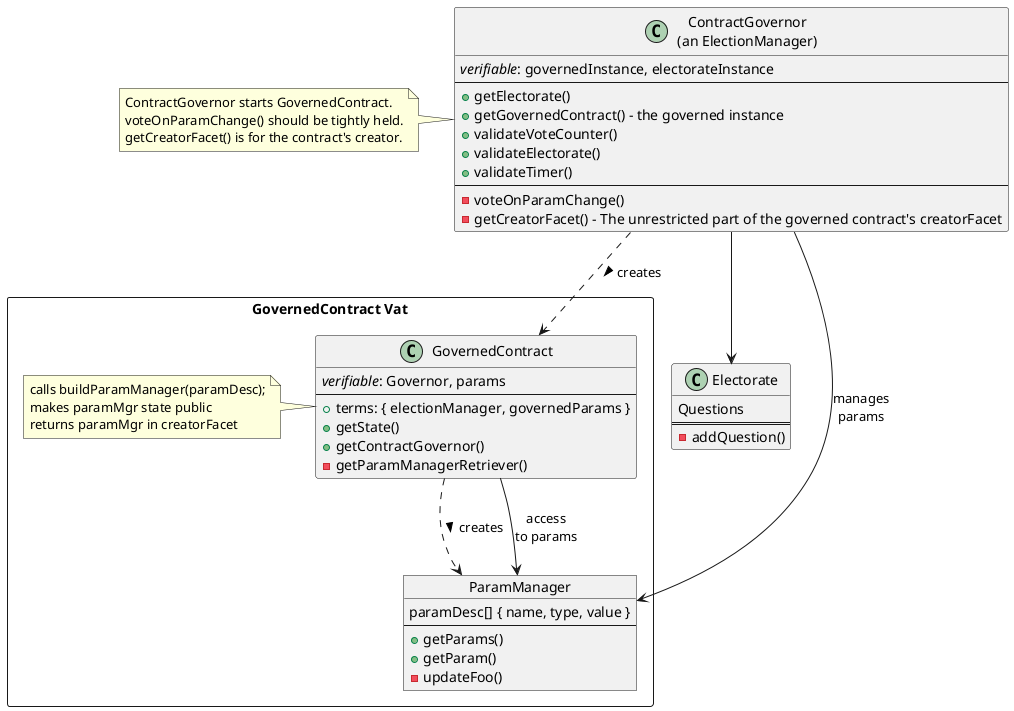
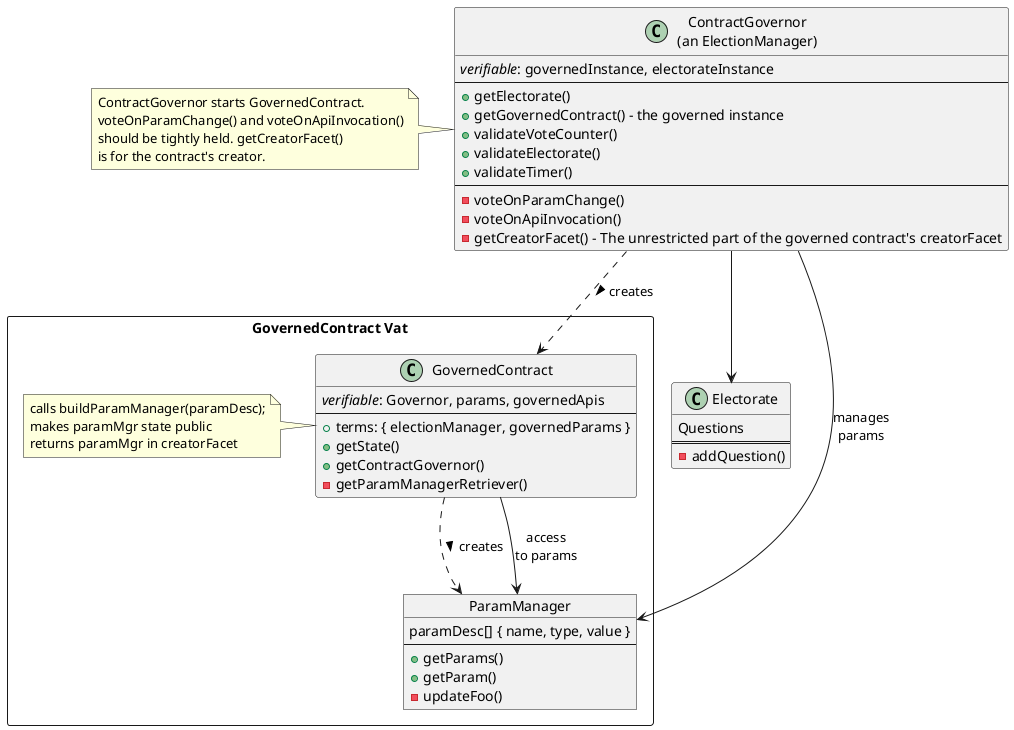
@startuml contractGovernance

package "GovernedContract Vat" <<Rectangle>>  {
    Object ParamManager {
        paramDesc[] { name, type, value }
        --
        +getParams()
        +getParam()
        -updateFoo()
    }

    class GovernedContract {
-         <i>verifiable</i>: Governor, params
+         <i>verifiable</i>: Governor, params, governedApis
        --
        +terms: { electionManager, governedParams }
        +getState()
        +getContractGovernor()
        -getParamManagerRetriever()
    }
    note  left : calls buildParamManager(paramDesc);\nmakes paramMgr state public\nreturns paramMgr in creatorFacet
}

class "ContractGovernor\n(an ElectionManager)" as ContractGovernor {
    <i>verifiable</i>: governedInstance, electorateInstance
    --
    +getElectorate()
    +getGovernedContract() - the governed instance
    +validateVoteCounter()
    +validateElectorate()
    +validateTimer()
    --
    -voteOnParamChange()
+     -voteOnApiInvocation()
    -getCreatorFacet() - The unrestricted part of the governed contract's creatorFacet
}
- note left : ContractGovernor starts GovernedContract.\nvoteOnParamChange() should be tightly held.\ngetCreatorFacet() is for the contract's creator.
+ note left : ContractGovernor starts GovernedContract.\nvoteOnParamChange() and voteOnApiInvocation()\nshould be tightly held. getCreatorFacet()\nis for the contract's creator.

class Electorate {
    Questions
    ===
    -addQuestion()
}

GovernedContract ..> ParamManager : creates >
GovernedContract --> ParamManager : access\nto params
ContractGovernor ..> GovernedContract : creates >
ContractGovernor --> Electorate
ContractGovernor ==> ParamManager : manages\nparams

@enduml
